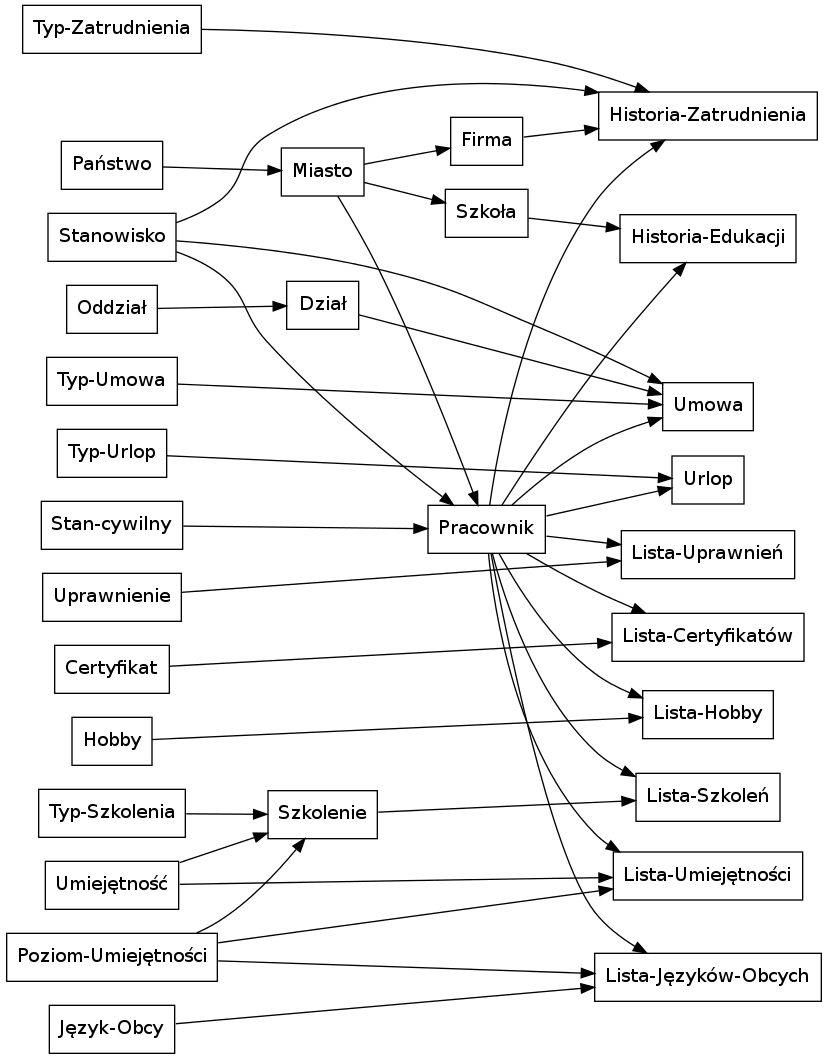
soltys/PSBD-Projekt keeps this Graphviz diagram as tex/srem.png. Above is the earlier version. Its source is kept beside it as graph/SREM.dot.
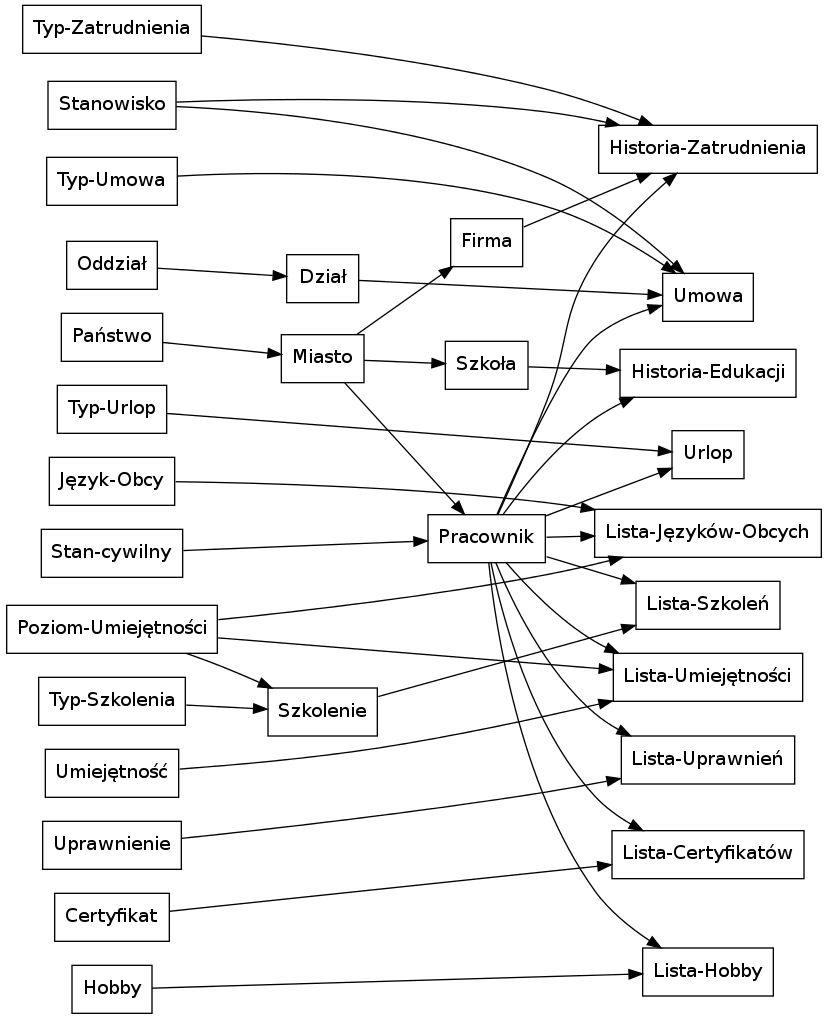
The same file after the commit.

What changed in the source:
```diff
@@ -27,7 +27,7 @@
 
 "Dział" ->  "Umowa"
 "Miasto" -> "Pracownik";
-"Stanowisko" -> "Pracownik";
+
 "Pracownik" -> "Historia-Edukacji"
 "Poziom-Umiejętności" -> "Lista-Języków-Obcych"
 
@@ -38,7 +38,7 @@
 "Stanowisko" -> "Umowa";
 "Miasto" -> "Firma";
 "Miasto" -> "Szkoła";
-"Umiejętność" -> "Szkolenie";
+
 "Typ-Zatrudnienia" -> "Historia-Zatrudnienia";
 "Firma" -> "Historia-Zatrudnienia";
 "Pracownik" -> "Historia-Zatrudnienia";
```
